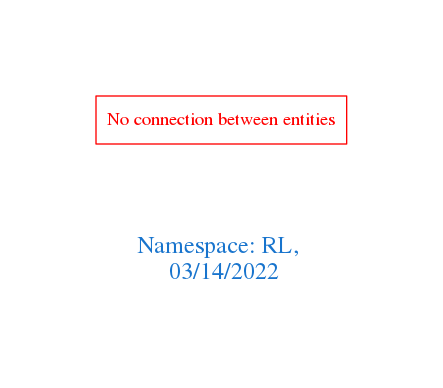
Above: downloads/RL.png in arago/OGIT (Graphviz), before the change. Its source is kept beside it as downloads/RL.dot.
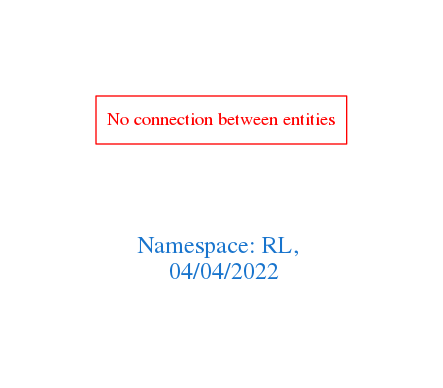
Above is the later version.

What changed in the source:
```diff
@@ -1,7 +1,7 @@
 digraph OGIT_ontology {
  graph [ rankdir= LR,pad=1
 fontsize = 18,
-fontcolor= dodgerblue3,label = "\n\n\nNamespace: RL, \n 03/14/2022"];
+fontcolor= dodgerblue3,label = "\n\n\nNamespace: RL, \n 04/04/2022"];
 node[shape=polygon];
 edge [  color="gray81"];
 
```
